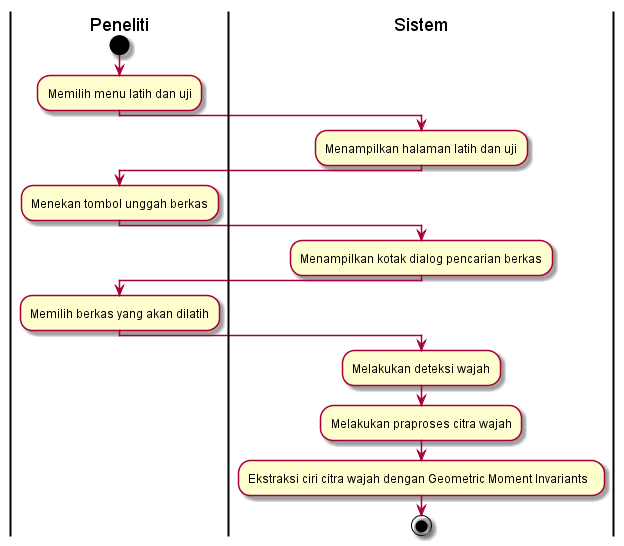
Before: diagram/AD_Ekstraksi_ciri.png, a diagram exported from PlantUML (ayulestari10/gmisvm).
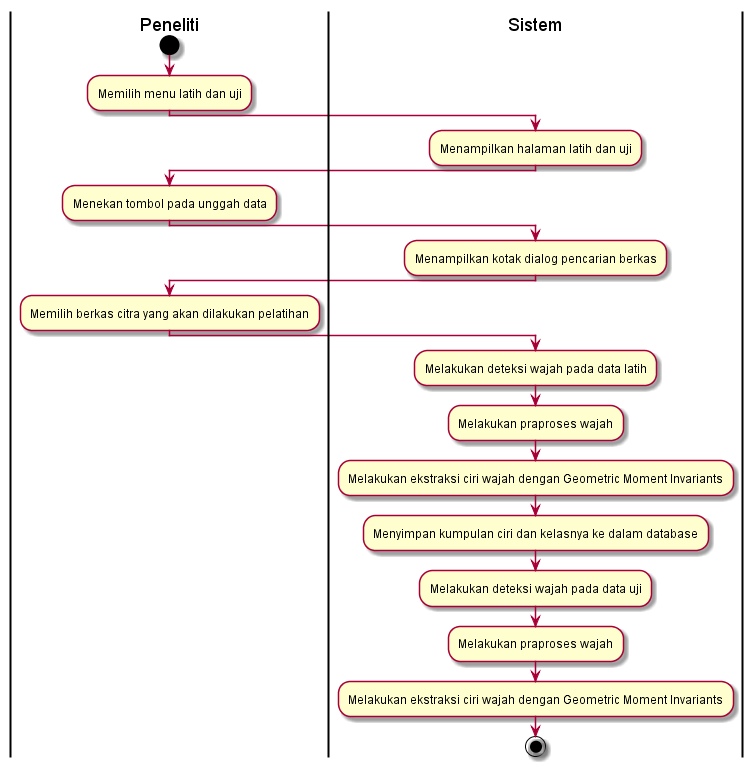
The same diagram one commit later.

The edit, as a diff of the source:
```diff
@@ -1,20 +1,30 @@
 @startuml
 | Peneliti |
 start
+
 :Memilih menu latih dan uji;
 | Sistem |
 :Menampilkan halaman latih dan uji;
 | Peneliti |
-:Menekan tombol unggah berkas;
+:Menekan tombol pada unggah data;
 | Sistem |
 :Menampilkan kotak dialog pencarian berkas;
 | Peneliti |
-:Memilih berkas yang akan dilatih;
+:Memilih berkas citra yang akan dilakukan pelatihan;
 | Sistem |
-:Melakukan deteksi wajah;
+:Melakukan deteksi wajah pada data latih;
 | Sistem |
-:Melakukan praproses citra wajah;
+:Melakukan praproses wajah;
 | Sistem |
-:Ekstraksi ciri citra wajah dengan Geometric Moment Invariants  ;
+:Melakukan ekstraksi ciri wajah dengan Geometric Moment Invariants;
+| Sistem |
+:Menyimpan kumpulan ciri dan kelasnya ke dalam database;
+| Sistem |
+:Melakukan deteksi wajah pada data uji;
+| Sistem |
+:Melakukan praproses wajah;
+| Sistem |
+:Melakukan ekstraksi ciri wajah dengan Geometric Moment Invariants;
+
 stop
 @enduml
```
